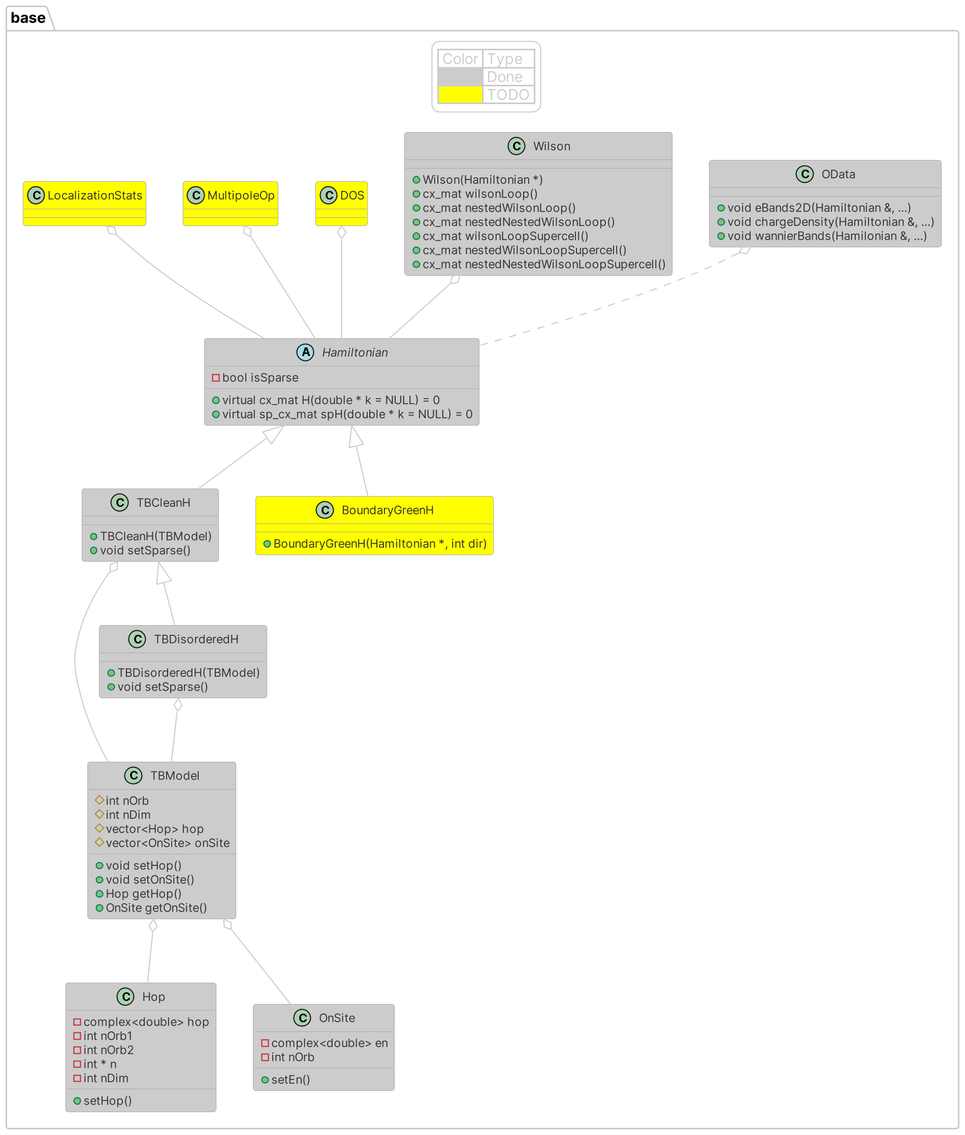
The PlantUML diagram diagram/diagram.png in Hugo-loio/TIM, before a commit.
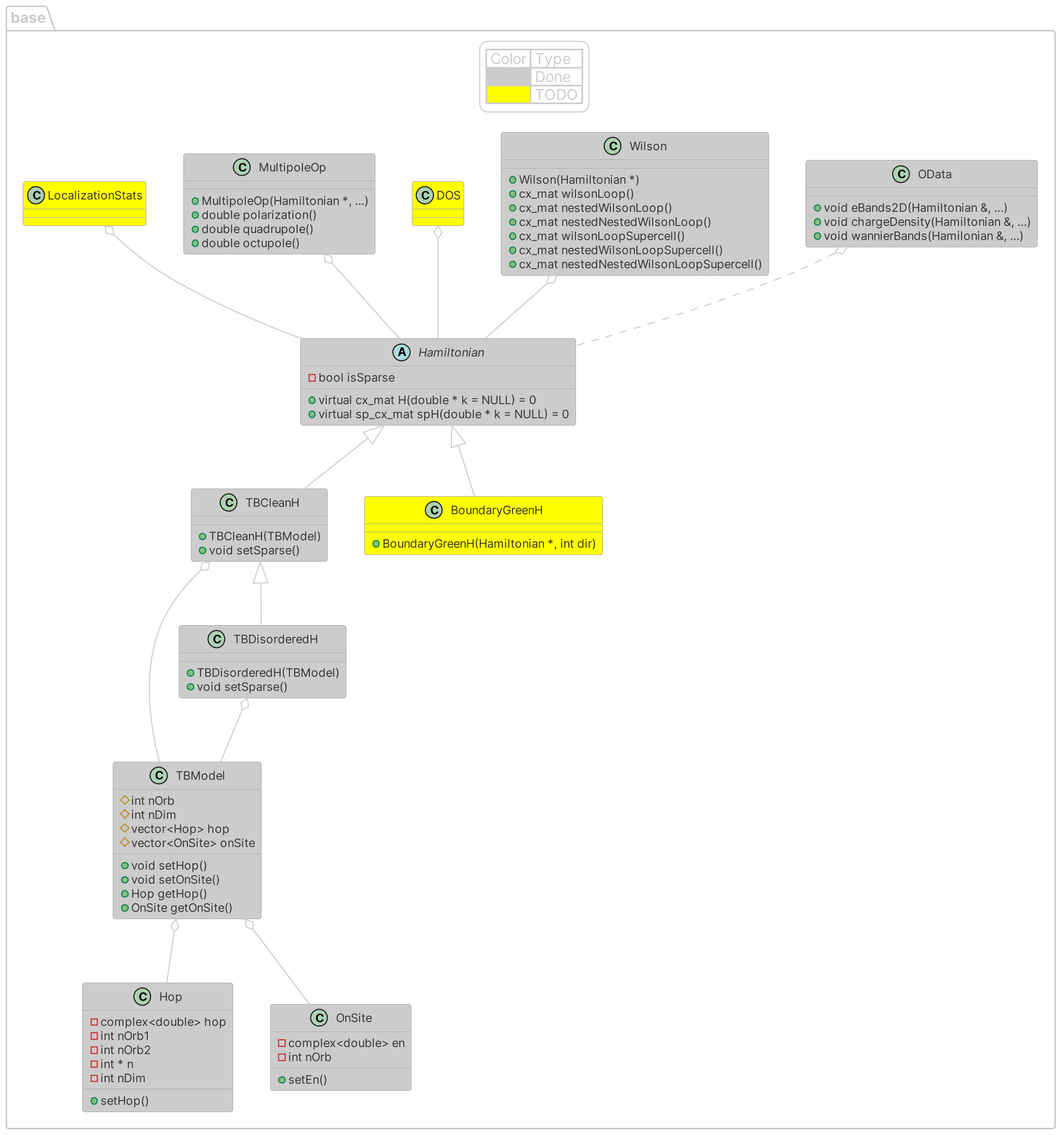
Later version of the same file.

Change to the diagram source:
```diff
@@ -4,7 +4,7 @@
 
 skinparam dpi 200
 
-package "base" {
+package "<color:ccc>base</color>" {
 
   class TBModel{
     # int nOrb
@@ -57,7 +57,11 @@
 class DOS #yellow{
 }
 
-class MultipoleOp #yellow{
+class MultipoleOp{
+  + MultipoleOp(Hamiltonian *, ...)
+  + double polarization()
+  + double quadrupole()
+  + double octupole()
 }
 
 class LocalizationStats #yellow{
@@ -94,9 +98,9 @@
 TBModel o-- Hop
 
 legend center
-    | Color | Type |
-    |<#$BOXBG>| Done |
-    |<#yellow>| TODO |
+  | Color | Type |
+  |<#$BOXBG>| Done |
+  |<#yellow>| TODO |
 endlegend
 }
 
```
